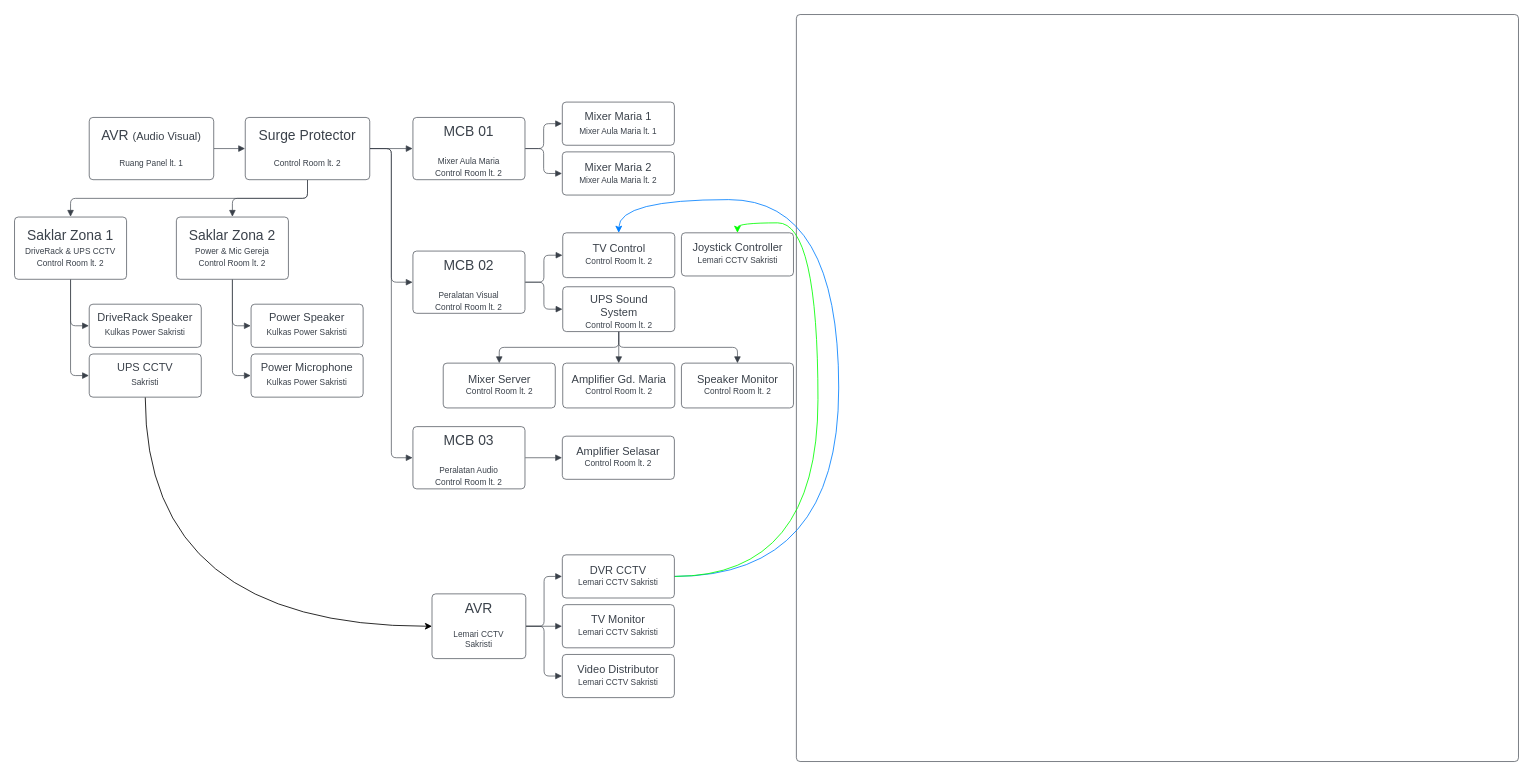
Earlier version of the draw.io diagram Sistem Kelistrikan Audio Visual.drawio (vitobmv/vitobmv). Source tidied: cells renumbered, new cells numbered last; positions are measured from the earlier drawing's top-left corner, leaving out a move shared by most shapes. Both pictures are drawn from the tidied source at 83%, with x=0, y=0 at pixel (14, 14). Pictures stored in the file or linked from it are replaced by grey dashed boxes.
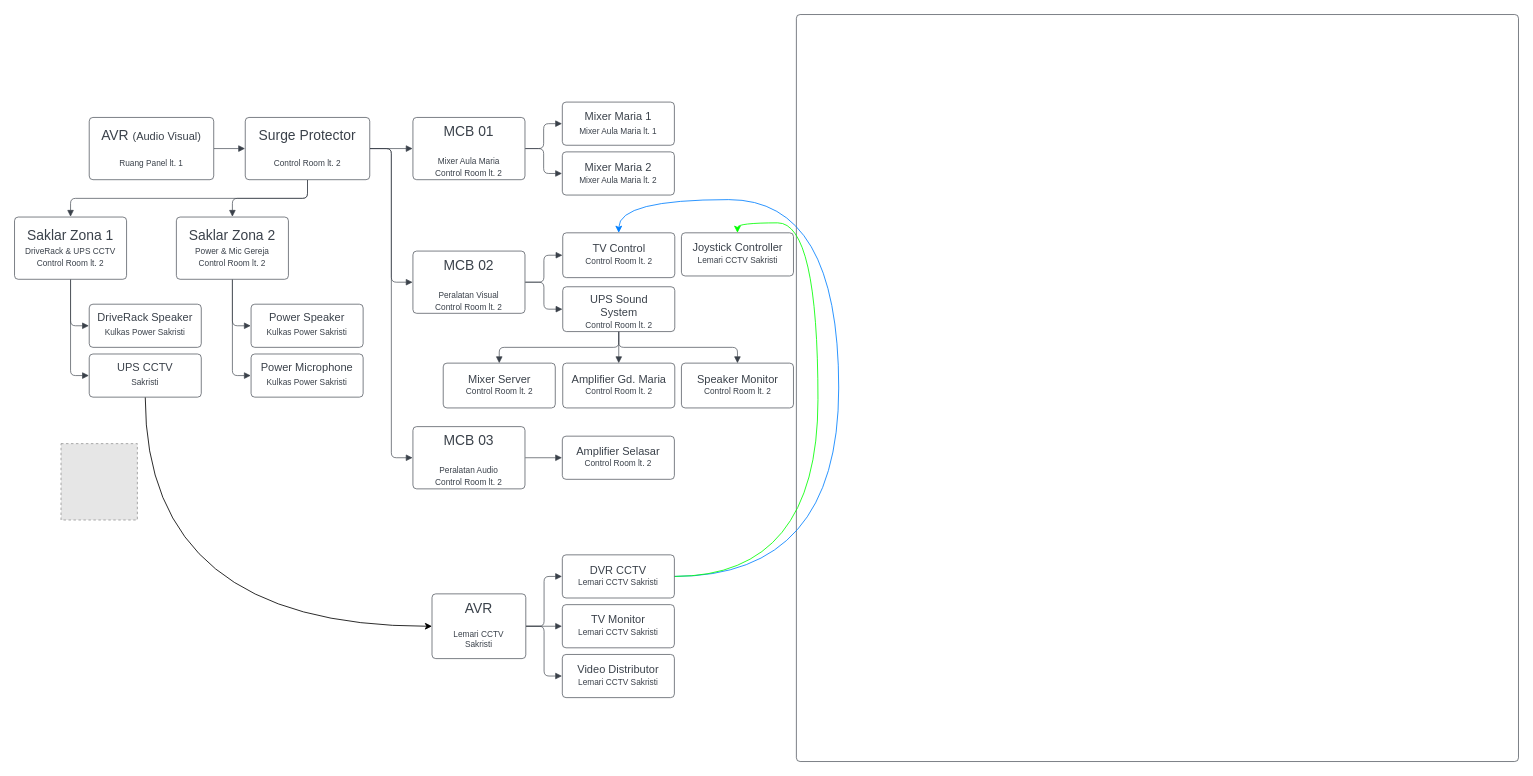
The same diagram, later.

Change to the diagram source:
```diff
@@
+    <mxCell id="52" style="fillColor=#E6E6E6;strokeColor=#999999;dashed=1;verticalLabelPosition=bottom;labelBackgroundColor=default;verticalAlign=top;" parent="1" vertex="1">
+      <mxGeometry x="56" y="517" width="92" height="92" as="geometry" />
+    </mxCell>
```
